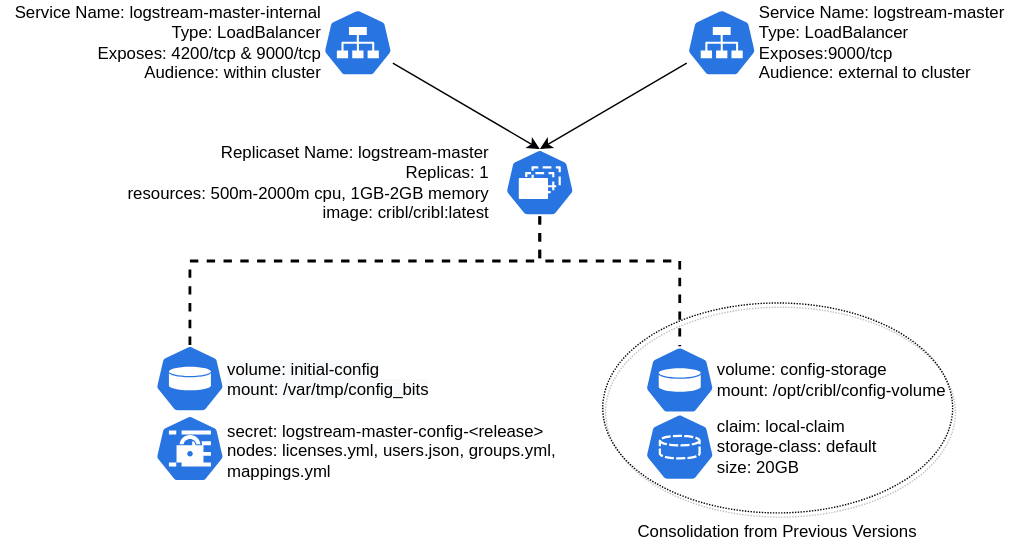
This is helm-chart-sources/logstream-master/images/k8s-logstream-master.svg from criblio/helm-charts, a draw.io export, as it was before one commit. Source tidied: cells renumbered, new cells last; positions are measured from the earlier drawing's top-left corner, leaving out a move shared by most shapes.
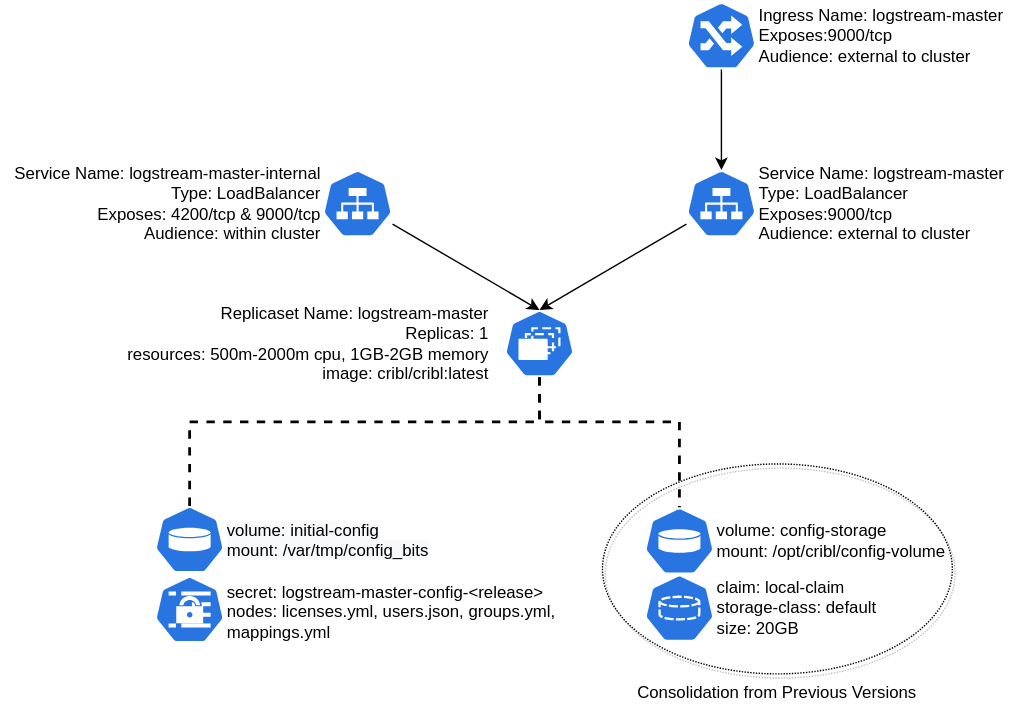
Above is the later version.

Change to the diagram source:
```diff
@@ -75,5 +75,14 @@
         </Array>
       </mxGeometry>
     </mxCell>
+    <mxCell id="23" style="edgeStyle=orthogonalEdgeStyle;rounded=0;jettySize=auto;html=1;entryX=0.5;entryY=0;entryDx=0;entryDy=0;entryPerimeter=0;" parent="1" edge="1" source="24" target="11">
+      <mxGeometry relative="1" as="geometry" />
+    </mxCell>
+    <mxCell id="24" style="html=1;dashed=0;whitespace=wrap;fillColor=#2875E2;strokeColor=#ffffff;points=[[0.005,0.63,0],[0.1,0.2,0],[0.9,0.2,0],[0.5,0,0],[0.995,0.63,0],[0.72,0.99,0],[0.5,1,0],[0.28,0.99,0]];shape=mxgraph.kubernetes.icon;prIcon=ing;" parent="1" vertex="1">
+      <mxGeometry x="490" y="-114" width="50" height="48" as="geometry" />
+    </mxCell>
+    <mxCell id="25" value="Ingress Name: logstream-master&lt;br&gt;Exposes:9000/tcp&lt;br&gt;Audience: external to cluster" style="text;html=1;align=left;verticalAlign=middle;fillColor=none;strokeColor=none;rounded=0;" parent="1" vertex="1">
+      <mxGeometry x="540" y="-115" width="190" height="50" as="geometry" />
+    </mxCell>
   </root>
 </mxGraphModel>
```
